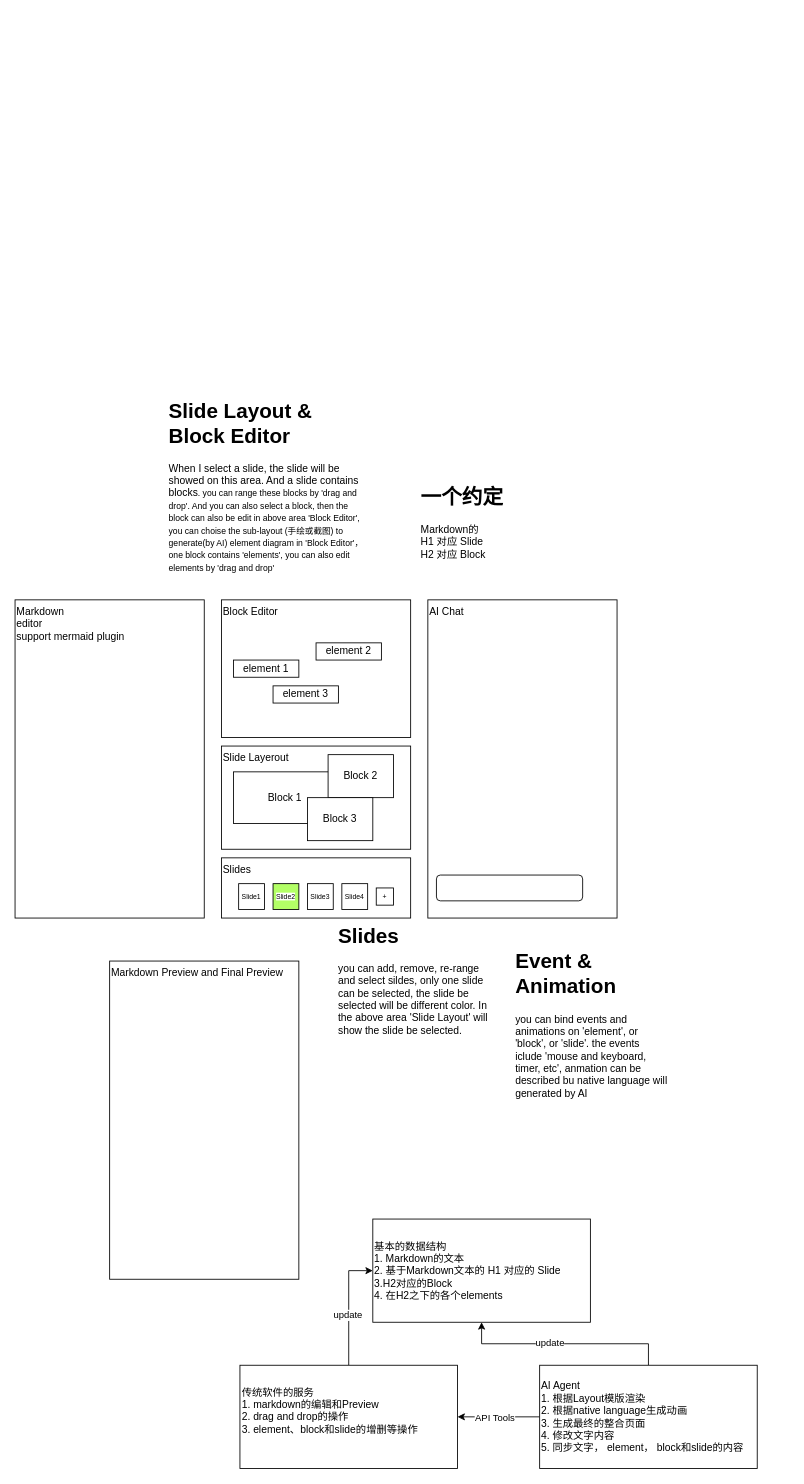
This is 未命名绘图.drawio from quboqin/drawio, a draw.io file, before an edit. Source tidied: cells renumbered, new cells numbered last; positions are measured from the earlier drawing's top-left corner, leaving out a move shared by most shapes. Both pictures are drawn from the tidied source at 86%, with x=0, y=0 at pixel (15, 393).
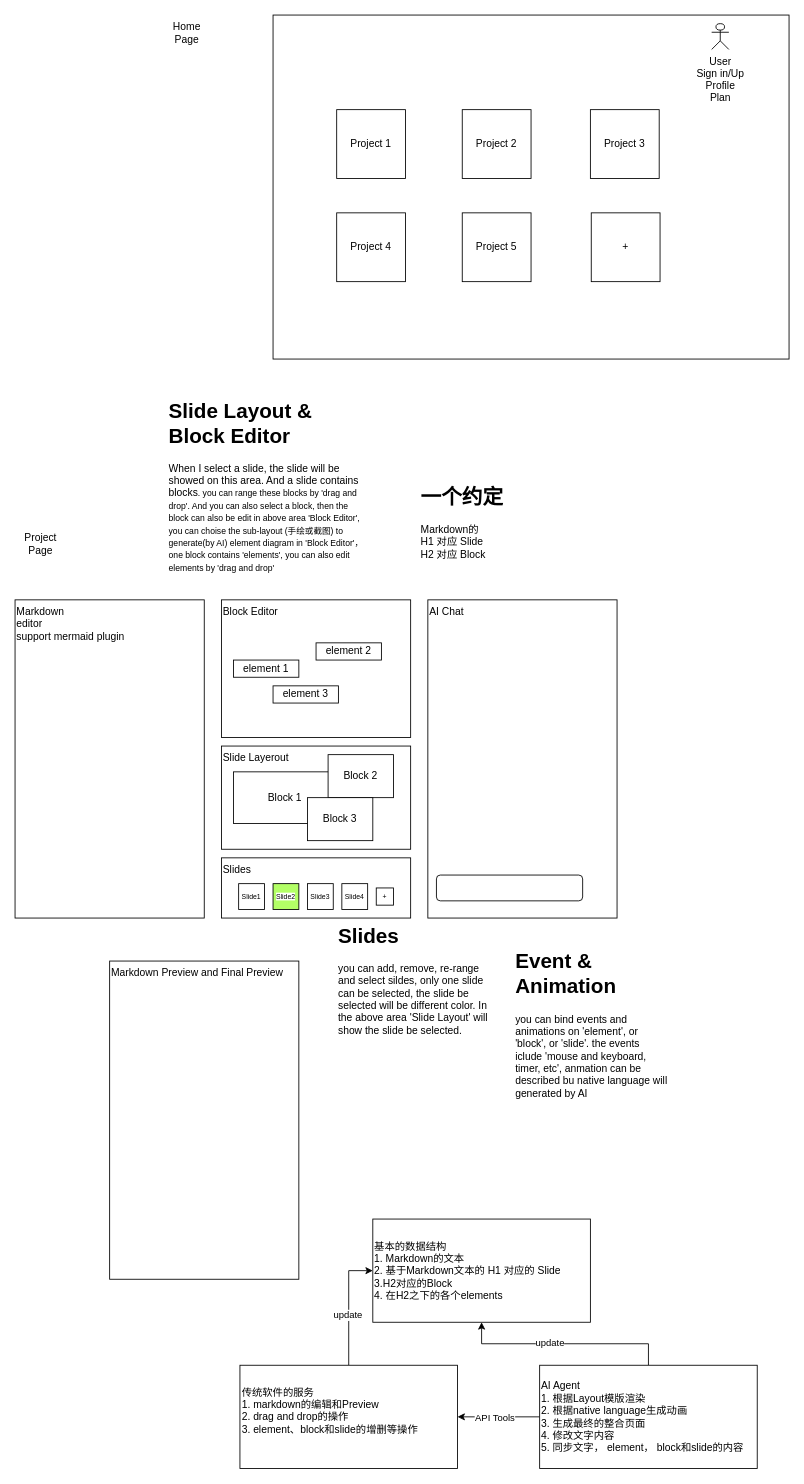
Above is the later version.

Commit message (it also covers changes not shown here):
更新未命名绘图.drawio

Change to the diagram source:
```diff
@@
+    <mxCell id="34" style="rounded=0;whiteSpace=wrap;html=1;" parent="1" vertex="1">
+      <mxGeometry x="300" y="-440" width="600" height="400" as="geometry" />
+    </mxCell>
+    <mxCell id="35" value="Home Page" style="text;html=1;align=center;verticalAlign=middle;whiteSpace=wrap;rounded=0;" parent="1" vertex="1">
+      <mxGeometry x="170" y="-434" width="60" height="30" as="geometry" />
+    </mxCell>
+    <mxCell id="36" value="User&lt;div&gt;Sign in/Up&lt;/div&gt;&lt;div&gt;Profile&lt;/div&gt;&lt;div&gt;Plan&lt;/div&gt;" style="shape=umlActor;verticalLabelPosition=bottom;verticalAlign=top;html=1;" parent="1" vertex="1">
+      <mxGeometry x="810" y="-430" width="20" height="30" as="geometry" />
+    </mxCell>
+    <mxCell id="37" value="Project 1" style="whiteSpace=wrap;html=1;" parent="1" vertex="1">
+      <mxGeometry x="374" y="-330" width="80" height="80" as="geometry" />
+    </mxCell>
+    <mxCell id="38" value="Project 2" style="whiteSpace=wrap;html=1;" parent="1" vertex="1">
+      <mxGeometry x="520" y="-330" width="80" height="80" as="geometry" />
+    </mxCell>
+    <mxCell id="39" value="Project 3" style="whiteSpace=wrap;html=1;" parent="1" vertex="1">
+      <mxGeometry x="669" y="-330" width="80" height="80" as="geometry" />
+    </mxCell>
+    <mxCell id="40" value="Project 4" style="whiteSpace=wrap;html=1;" parent="1" vertex="1">
+      <mxGeometry x="374" y="-210" width="80" height="80" as="geometry" />
+    </mxCell>
+    <mxCell id="41" value="Project 5" style="whiteSpace=wrap;html=1;" parent="1" vertex="1">
+      <mxGeometry x="520" y="-210" width="80" height="80" as="geometry" />
+    </mxCell>
+    <mxCell id="42" value="+" style="whiteSpace=wrap;html=1;" parent="1" vertex="1">
+      <mxGeometry x="670" y="-210" width="80" height="80" as="geometry" />
+    </mxCell>
+    <mxCell id="43" value="Project Page" style="text;html=1;align=center;verticalAlign=middle;whiteSpace=wrap;rounded=0;" parent="1" vertex="1">
+      <mxGeometry y="160" width="60" height="30" as="geometry" />
+    </mxCell>
```
